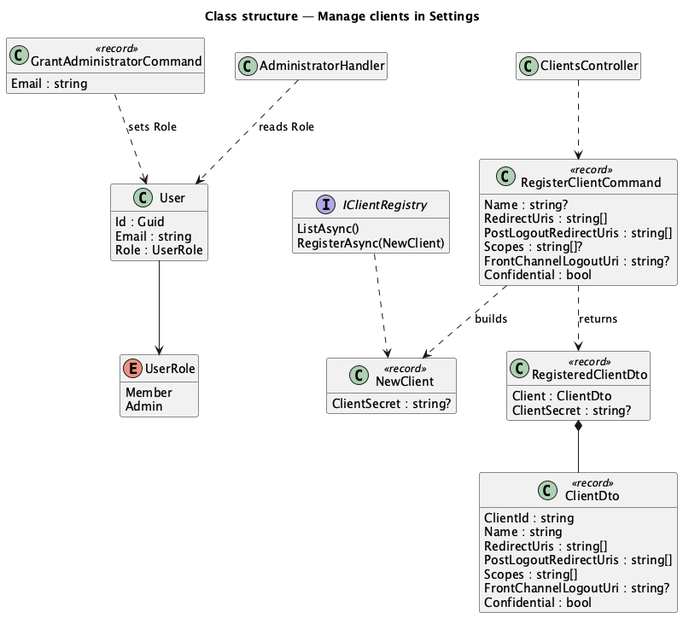
The PlantUML diagram docs/detailed-designs/identity-provider/manage-clients-in-settings/diagrams/class-structure.png in QuinntyneBrown/ingresso, before a commit.
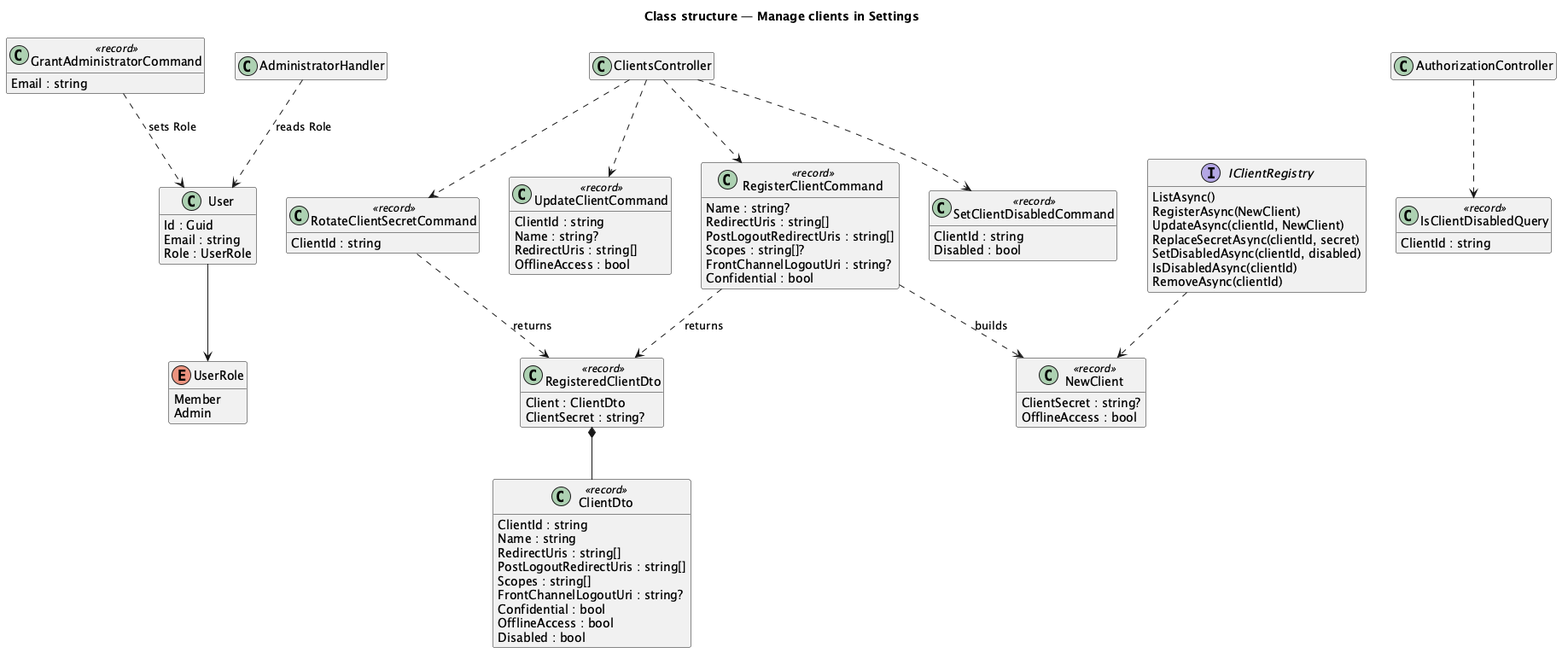
Above is the later version.

Change to the diagram source:
```diff
@@ -34,13 +34,38 @@
   Scopes : string[]
   FrontChannelLogoutUri : string?
   Confidential : bool
+  OfflineAccess : bool
+  Disabled : bool
 }
 class NewClient <<record>> {
   ClientSecret : string?
+  OfflineAccess : bool
 }
+class UpdateClientCommand <<record>> {
+  ClientId : string
+  Name : string?
+  RedirectUris : string[]
+  OfflineAccess : bool
+}
+class RotateClientSecretCommand <<record>> {
+  ClientId : string
+}
+class SetClientDisabledCommand <<record>> {
+  ClientId : string
+  Disabled : bool
+}
+class IsClientDisabledQuery <<record>> {
+  ClientId : string
+}
+class AuthorizationController
 interface IClientRegistry {
   ListAsync()
   RegisterAsync(NewClient)
+  UpdateAsync(clientId, NewClient)
+  ReplaceSecretAsync(clientId, secret)
+  SetDisabledAsync(clientId, disabled)
+  IsDisabledAsync(clientId)
+  RemoveAsync(clientId)
 }
 class AdministratorHandler
 class ClientsController
@@ -49,6 +74,11 @@
 RegisterClientCommand ..> NewClient : builds
 IClientRegistry ..> NewClient
 ClientsController ..> RegisterClientCommand
+ClientsController ..> UpdateClientCommand
+ClientsController ..> RotateClientSecretCommand
+ClientsController ..> SetClientDisabledCommand
+AuthorizationController ..> IsClientDisabledQuery
+RotateClientSecretCommand ..> RegisteredClientDto : returns
 AdministratorHandler ..> User : reads Role
 GrantAdministratorCommand ..> User : sets Role
 @enduml
```
